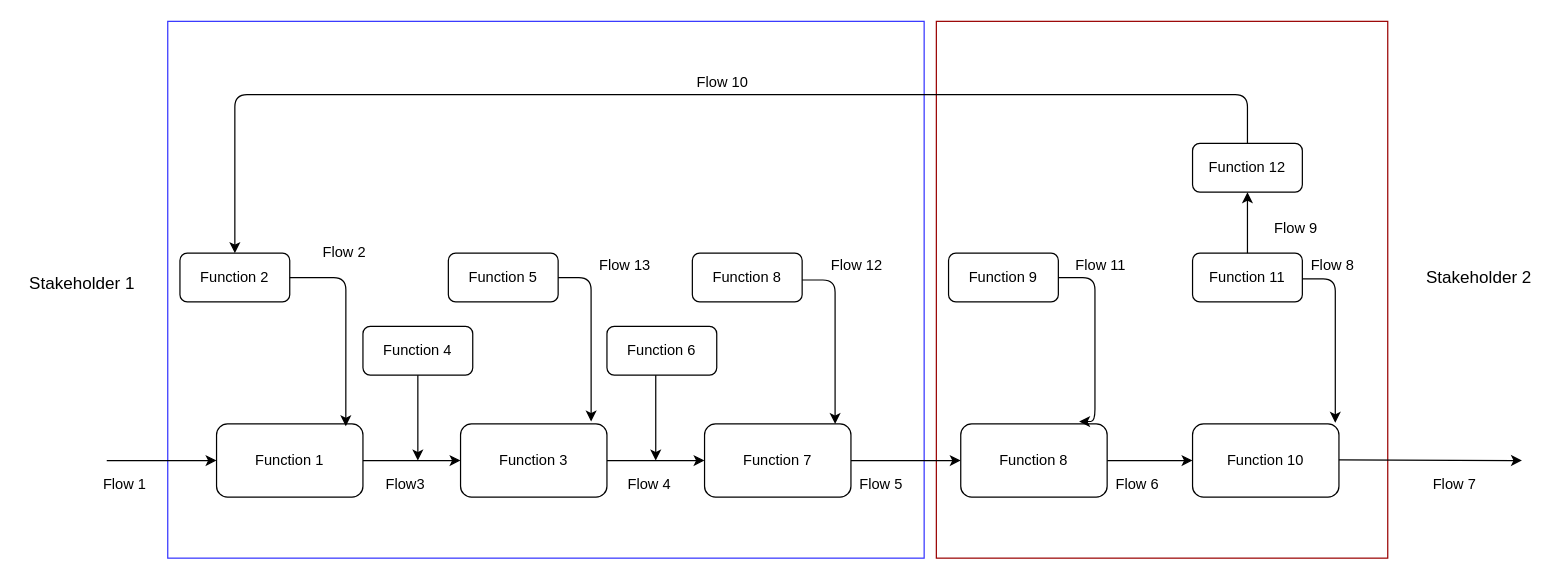
The draw.io diagram Functional graph for template.drawio in amerezoji1362/drawio-github, before the edit. Source tidied: cells renumbered, new cells numbered last; positions are measured from the earlier drawing's top-left corner, leaving out a move shared by most shapes. Both pictures are drawn from the tidied source at 122%, with x=0, y=0 at pixel (21, 21).
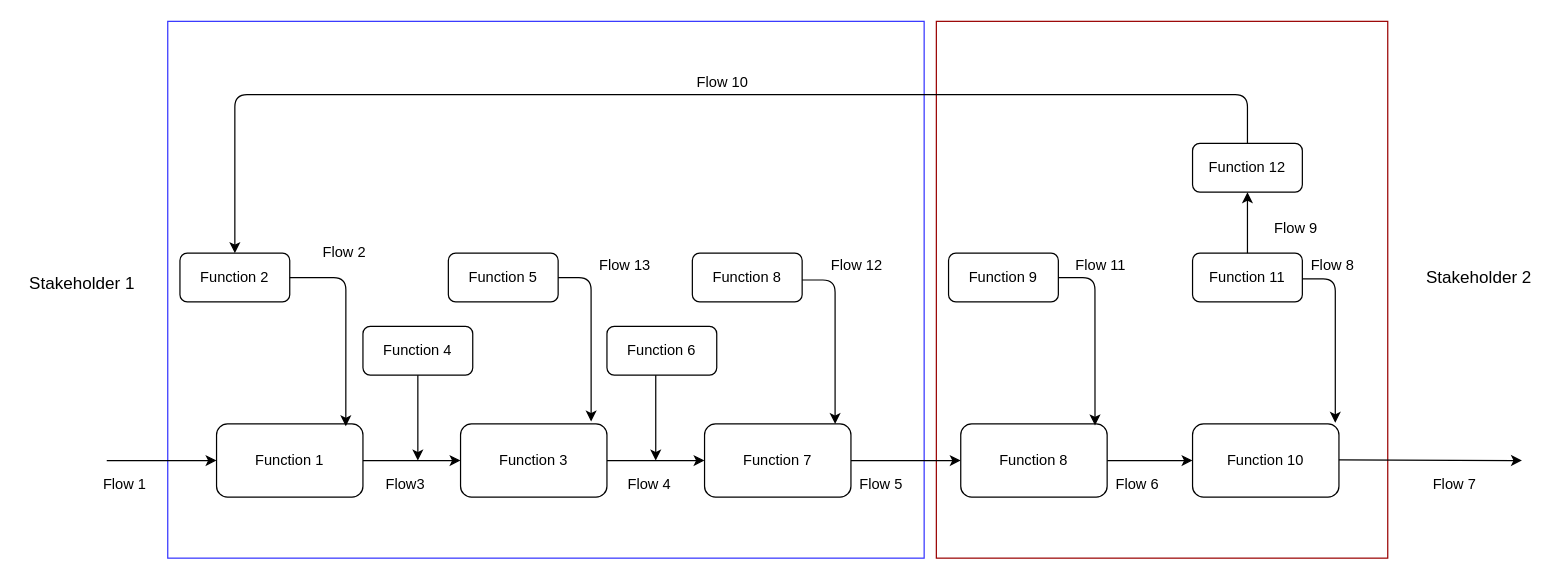
Above is the later version.

Unchanged cells that the change refers to:
```xml
<mxCell id="11" value="Function 8" style="whiteSpace=wrap;html=1;rounded=1;" parent="1" vertex="1">
  <mxGeometry x="770" y="330" width="120" height="60" as="geometry" />
</mxCell>
<mxCell id="32" value="Function 9" style="rounded=1;whiteSpace=wrap;html=1;" parent="1" vertex="1">
  <mxGeometry x="760" y="190" width="90" height="40" as="geometry" />
</mxCell>
```

Diff of the diagram source:
```diff
@@
-    <mxCell id="33" style="edgeStyle=segmentEdgeStyle;endArrow=classic;html=1;exitX=1;exitY=0.5;exitDx=0;exitDy=0;entryX=0.892;entryY=-0.033;entryDx=0;entryDy=0;entryPerimeter=0;" parent="1" edge="1" source="32">
+    <mxCell id="33" style="edgeStyle=segmentEdgeStyle;endArrow=classic;html=1;exitX=1;exitY=0.5;exitDx=0;exitDy=0;entryX=0.917;entryY=0.02;entryDx=0;entryDy=0;entryPerimeter=0;" parent="1" edge="1" source="32" target="11">
       <mxGeometry relative="1" as="geometry">
-        <mxPoint x="867" y="328" as="targetPoint" />
         <Array as="points">
           <mxPoint x="880" y="210" />
-          <mxPoint x="880" y="328" />
         </Array>
       </mxGeometry>
     </mxCell>
```
